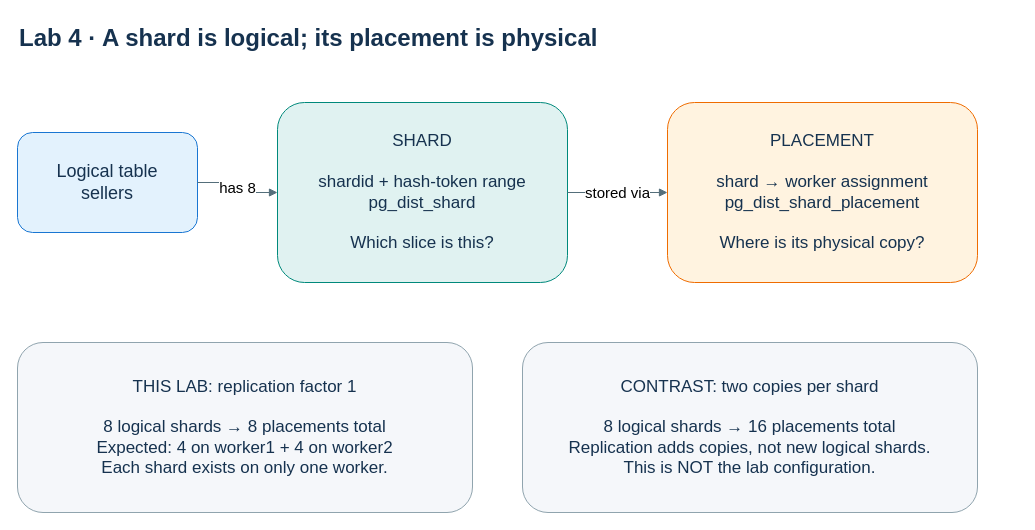
This is docs/diagrams/lab-shard-metadata.drawio from nitinkc/db-sharding, a draw.io file, before an edit. Source tidied: cells renumbered, new cells numbered last; positions are measured from the earlier drawing's top-left corner, leaving out a move shared by most shapes. Both pictures are drawn from the tidied source at 100%, with x=0, y=0 at pixel (17, 17).
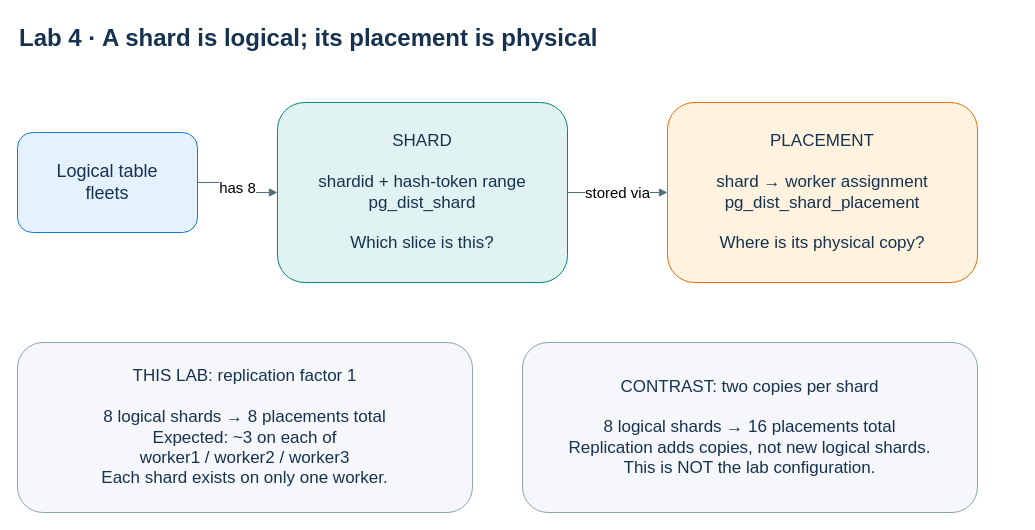
After the change.

Diff of the diagram source:
```diff
@@
 <mxGraphModel background="#ffffff">
   <root>
     <mxCell id="0" />
     <mxCell id="1" parent="0" />
     <mxCell id="2" value="Lab 4 · A shard is logical; its placement is physical" style="text;html=1;fontSize=24;fontStyle=1;fontColor=#16324f;" parent="1" vertex="1">
       <mxGeometry width="1000" height="45" as="geometry" />
     </mxCell>
-    <mxCell id="3" value="Logical table&lt;br&gt;sellers" style="rounded=1;whiteSpace=wrap;html=1;fillColor=#e3f2fd;strokeColor=#1976d2;fontColor=#16324f;fontSize=18;" parent="1" vertex="1">
+    <mxCell id="3" value="Logical table&lt;br&gt;fleets" style="rounded=1;whiteSpace=wrap;html=1;fillColor=#e3f2fd;strokeColor=#1976d2;fontColor=#16324f;fontSize=18;" parent="1" vertex="1">
       <mxGeometry y="115" width="180" height="100" as="geometry" />
     </mxCell>
     <mxCell id="4" value="SHARD&lt;br&gt;&lt;br&gt;shardid + hash-token range&lt;br&gt;pg_dist_shard&lt;br&gt;&lt;br&gt;Which slice is this?" style="rounded=1;whiteSpace=wrap;html=1;fillColor=#e0f2f1;strokeColor=#00897b;fontColor=#16324f;fontSize=17;" parent="1" vertex="1">
       <mxGeometry x="260" y="85" width="290" height="180" as="geometry" />
     </mxCell>
     <mxCell id="5" value="PLACEMENT&lt;br&gt;&lt;br&gt;shard → worker assignment&lt;br&gt;pg_dist_shard_placement&lt;br&gt;&lt;br&gt;Where is its physical copy?" style="rounded=1;whiteSpace=wrap;html=1;fillColor=#fff3e0;strokeColor=#ef6c00;fontColor=#16324f;fontSize=17;" parent="1" vertex="1">
       <mxGeometry x="650" y="85" width="310" height="180" as="geometry" />
     </mxCell>
     <mxCell id="6" value="has 8" style="edgeStyle=orthogonalEdgeStyle;html=1;endArrow=block;strokeColor=#546e7a;fontSize=15;" parent="1" edge="1" source="3" target="4">
       <mxGeometry relative="1" as="geometry" />
     </mxCell>
     <mxCell id="7" value="stored via" style="edgeStyle=orthogonalEdgeStyle;html=1;endArrow=block;strokeColor=#546e7a;fontSize=15;" parent="1" edge="1" source="4" target="5">
       <mxGeometry relative="1" as="geometry" />
     </mxCell>
-    <mxCell id="8" value="THIS LAB: replication factor 1&lt;br&gt;&lt;br&gt;8 logical shards → 8 placements total&lt;br&gt;Expected: 4 on worker1 + 4 on worker2&lt;br&gt;Each shard exists on only one worker." style="rounded=1;whiteSpace=wrap;html=1;fillColor=#f5f7fa;strokeColor=#90a4ae;fontColor=#16324f;fontSize=17;spacing=15;" parent="1" vertex="1">
+    <mxCell id="8" value="THIS LAB: replication factor 1&lt;br&gt;&lt;br&gt;8 logical shards → 8 placements total&lt;br&gt;Expected: ~3 on each of&#10;worker1 / worker2 / worker3&lt;br&gt;Each shard exists on only one worker." style="rounded=1;whiteSpace=wrap;html=1;fillColor=#f5f7fa;strokeColor=#90a4ae;fontColor=#16324f;fontSize=17;spacing=15;" parent="1" vertex="1">
       <mxGeometry y="325" width="455" height="170" as="geometry" />
     </mxCell>
     <mxCell id="9" value="CONTRAST: two copies per shard&lt;br&gt;&lt;br&gt;8 logical shards → 16 placements total&lt;br&gt;Replication adds copies, not new logical shards.&lt;br&gt;This is NOT the lab configuration." style="rounded=1;whiteSpace=wrap;html=1;fillColor=#f5f7fa;strokeColor=#90a4ae;fontColor=#16324f;fontSize=17;spacing=15;" parent="1" vertex="1">
       <mxGeometry x="505" y="325" width="455" height="170" as="geometry" />
     </mxCell>
   </root>
 </mxGraphModel>
```
